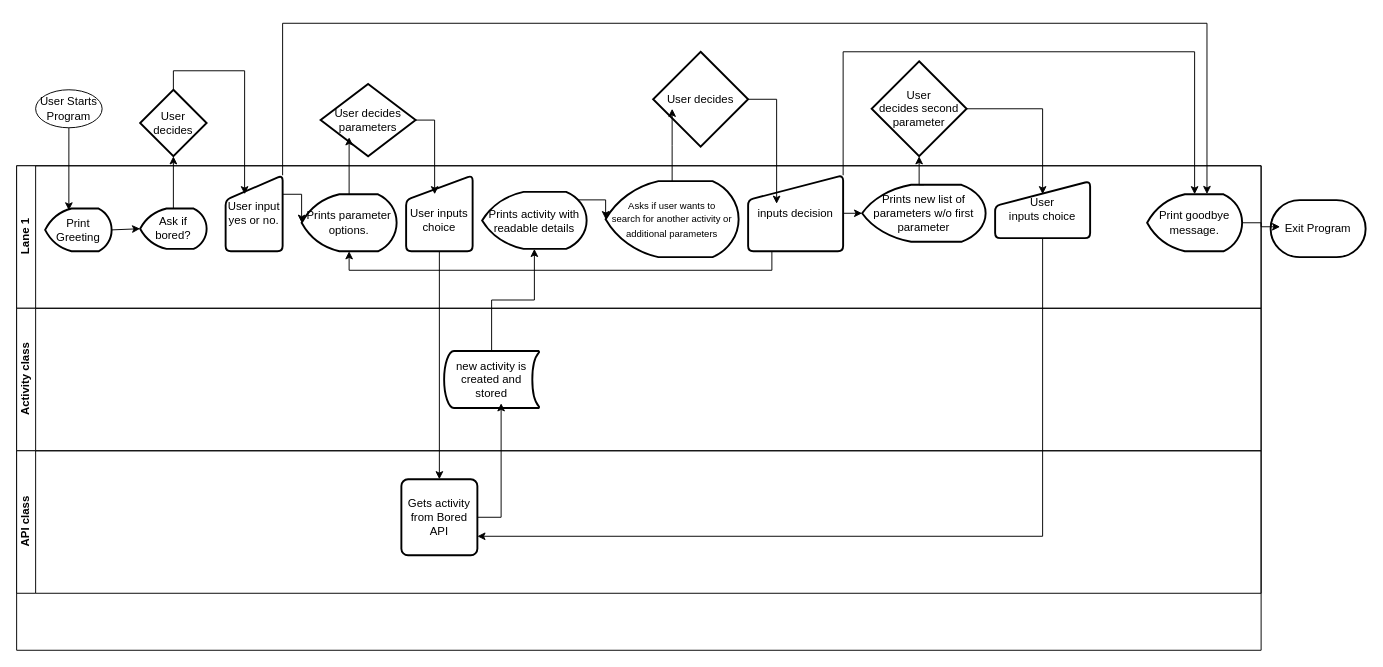
Earlier version of the draw.io diagram Untitled Diagram.drawio (ajkelso/CLI-Project). Source tidied: cells renumbered, new cells numbered last; positions are measured from the earlier drawing's top-left corner, leaving out a move shared by most shapes. Both pictures are drawn from the tidied source at 95%, with x=0, y=0 at pixel (16, 23).
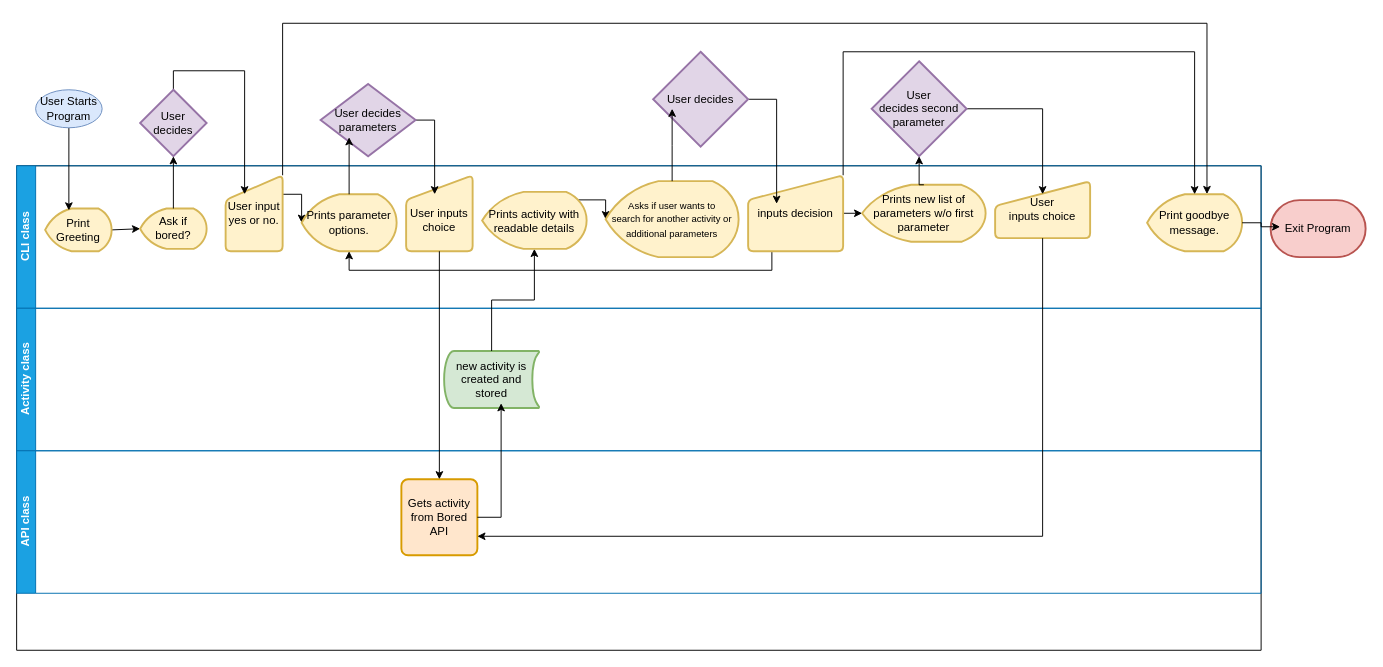
The same page after the edit.

Commit message:
CLI Project Color

The change refers to these unchanged cells:
```xml
<mxCell id="2" style="swimlane;html=1;horizontal=1;startSize=0;rounded=0;shadow=0;labelBackgroundColor=none;strokeWidth=1;fontFamily=Verdana;fontSize=8;align=center;" parent="1" vertex="1">
  <mxGeometry y="150" width="1310" height="510" as="geometry" />
</mxCell>
```

Diff of the diagram source:
```diff
@@
-    <mxCell id="3" value="Lane 1" style="swimlane;html=1;startSize=20;horizontal=0;" parent="2" vertex="1">
+    <mxCell id="3" value="CLI class" style="swimlane;html=1;startSize=20;horizontal=0;fillColor=#1ba1e2;strokeColor=#006EAF;fontColor=#ffffff;" parent="2" vertex="1">
       <mxGeometry width="1310" height="150" as="geometry" />
     </mxCell>
@@
-    <mxCell id="6" value="User &lt;br&gt;inputs choice" style="html=1;strokeWidth=2;shape=manualInput;whiteSpace=wrap;rounded=1;size=26;arcSize=11;" parent="3" vertex="1">
+    <mxCell id="6" value="User &lt;br&gt;inputs choice" style="html=1;strokeWidth=2;shape=manualInput;whiteSpace=wrap;rounded=1;size=26;arcSize=11;fillColor=#fff2cc;strokeColor=#d6b656;" parent="3" vertex="1">
       <mxGeometry x="1030" y="16.2" width="100" height="60" as="geometry" />
     </mxCell>
-    <mxCell id="7" value="User input yes or no." style="html=1;strokeWidth=2;shape=manualInput;whiteSpace=wrap;rounded=1;size=26;arcSize=11;" parent="3" vertex="1">
+    <mxCell id="7" value="User input yes or no." style="html=1;strokeWidth=2;shape=manualInput;whiteSpace=wrap;rounded=1;size=26;arcSize=11;fillColor=#fff2cc;strokeColor=#d6b656;" parent="3" vertex="1">
       <mxGeometry x="220" y="10" width="60" height="80" as="geometry" />
     </mxCell>
@@
-    <mxCell id="9" value="&lt;br&gt;User inputs choice" style="html=1;strokeWidth=2;shape=manualInput;whiteSpace=wrap;rounded=1;size=26;arcSize=11;" parent="3" vertex="1">
+    <mxCell id="9" value="&lt;br&gt;User inputs choice" style="html=1;strokeWidth=2;shape=manualInput;whiteSpace=wrap;rounded=1;size=26;arcSize=11;fillColor=#fff2cc;strokeColor=#d6b656;" parent="3" vertex="1">
       <mxGeometry x="410" y="10" width="70" height="80" as="geometry" />
     </mxCell>
@@
-    <mxCell id="11" value="Prints new list of parameters w/o first parameter" style="strokeWidth=2;html=1;shape=mxgraph.flowchart.display;whiteSpace=wrap;" parent="3" vertex="1">
+    <mxCell id="11" value="Prints new list of parameters w/o first parameter" style="strokeWidth=2;html=1;shape=mxgraph.flowchart.display;whiteSpace=wrap;fillColor=#fff2cc;strokeColor=#d6b656;" parent="3" vertex="1">
       <mxGeometry x="890" y="20" width="130" height="60" as="geometry" />
     </mxCell>
-    <mxCell id="12" value="Prints activity with readable details" style="strokeWidth=2;html=1;shape=mxgraph.flowchart.display;whiteSpace=wrap;" parent="3" vertex="1">
+    <mxCell id="12" value="Prints activity with readable details" style="strokeWidth=2;html=1;shape=mxgraph.flowchart.display;whiteSpace=wrap;fillColor=#fff2cc;strokeColor=#d6b656;" parent="3" vertex="1">
       <mxGeometry x="490" y="27.5" width="110" height="60" as="geometry" />
     </mxCell>
-    <mxCell id="13" value="&lt;font style=&quot;font-size: 10px&quot;&gt;Asks if user wants to &lt;br&gt;search for another activity or &lt;br&gt;additional parameters&lt;/font&gt;" style="strokeWidth=2;html=1;shape=mxgraph.flowchart.display;whiteSpace=wrap;" parent="3" vertex="1">
+    <mxCell id="13" value="&lt;font style=&quot;font-size: 10px&quot;&gt;Asks if user wants to &lt;br&gt;search for another activity or &lt;br&gt;additional parameters&lt;/font&gt;" style="strokeWidth=2;html=1;shape=mxgraph.flowchart.display;whiteSpace=wrap;fillColor=#fff2cc;strokeColor=#d6b656;" parent="3" vertex="1">
       <mxGeometry x="620" y="16.2" width="140" height="80" as="geometry" />
     </mxCell>
-    <mxCell id="14" value="Print goodbye message." style="strokeWidth=2;html=1;shape=mxgraph.flowchart.display;whiteSpace=wrap;" parent="3" vertex="1">
+    <mxCell id="14" value="Print goodbye message." style="strokeWidth=2;html=1;shape=mxgraph.flowchart.display;whiteSpace=wrap;fillColor=#fff2cc;strokeColor=#d6b656;" parent="3" vertex="1">
       <mxGeometry x="1190" y="30" width="100" height="60" as="geometry" />
     </mxCell>
-    <mxCell id="15" value="Print Greeting" style="strokeWidth=2;html=1;shape=mxgraph.flowchart.display;whiteSpace=wrap;" parent="3" vertex="1">
+    <mxCell id="15" value="Print Greeting" style="strokeWidth=2;html=1;shape=mxgraph.flowchart.display;whiteSpace=wrap;fillColor=#fff2cc;strokeColor=#d6b656;" parent="3" vertex="1">
       <mxGeometry x="30" y="45" width="70" height="45" as="geometry" />
     </mxCell>
-    <mxCell id="16" value="Ask if bored?" style="strokeWidth=2;html=1;shape=mxgraph.flowchart.display;whiteSpace=wrap;" parent="3" vertex="1">
+    <mxCell id="16" value="Ask if bored?" style="strokeWidth=2;html=1;shape=mxgraph.flowchart.display;whiteSpace=wrap;fillColor=#fff2cc;strokeColor=#d6b656;" parent="3" vertex="1">
       <mxGeometry x="130" y="45" width="70" height="42.5" as="geometry" />
     </mxCell>
-    <mxCell id="17" value="Prints parameter options." style="strokeWidth=2;html=1;shape=mxgraph.flowchart.display;whiteSpace=wrap;" parent="3" vertex="1">
+    <mxCell id="17" value="Prints parameter options." style="strokeWidth=2;html=1;shape=mxgraph.flowchart.display;whiteSpace=wrap;fillColor=#fff2cc;strokeColor=#d6b656;" parent="3" vertex="1">
       <mxGeometry x="300" y="30" width="100" height="60" as="geometry" />
     </mxCell>
@@
-    <mxCell id="21" value="inputs decision" style="html=1;strokeWidth=2;shape=manualInput;whiteSpace=wrap;rounded=1;size=26;arcSize=11;" parent="3" vertex="1">
+    <mxCell id="21" value="inputs decision" style="html=1;strokeWidth=2;shape=manualInput;whiteSpace=wrap;rounded=1;size=26;arcSize=11;fillColor=#fff2cc;strokeColor=#d6b656;" parent="3" vertex="1">
       <mxGeometry x="770" y="10" width="100" height="80" as="geometry" />
     </mxCell>
-    <mxCell id="22" value="Activity class" style="swimlane;html=1;startSize=20;horizontal=0;" parent="2" vertex="1">
+    <mxCell id="22" value="Activity class" style="swimlane;html=1;startSize=20;horizontal=0;fillColor=#1ba1e2;strokeColor=#006EAF;fontColor=#ffffff;" parent="2" vertex="1">
       <mxGeometry y="150" width="1310" height="150" as="geometry" />
     </mxCell>
-    <mxCell id="23" value="new activity is created and stored" style="strokeWidth=2;html=1;shape=mxgraph.flowchart.stored_data;whiteSpace=wrap;" parent="22" vertex="1">
+    <mxCell id="23" value="new activity is created and stored" style="strokeWidth=2;html=1;shape=mxgraph.flowchart.stored_data;whiteSpace=wrap;fillColor=#d5e8d4;strokeColor=#82b366;" parent="22" vertex="1">
       <mxGeometry x="450" y="45" width="100" height="60" as="geometry" />
     </mxCell>
-    <mxCell id="24" value="API class" style="swimlane;html=1;startSize=20;horizontal=0;" parent="2" vertex="1">
+    <mxCell id="24" value="API class" style="swimlane;html=1;startSize=20;horizontal=0;fillColor=#1ba1e2;strokeColor=#006EAF;fontColor=#ffffff;" parent="2" vertex="1">
       <mxGeometry y="300" width="1310" height="150" as="geometry" />
     </mxCell>
-    <mxCell id="25" value="Gets activity from Bored API" style="rounded=1;whiteSpace=wrap;html=1;absoluteArcSize=1;arcSize=14;strokeWidth=2;" parent="24" vertex="1">
+    <mxCell id="25" value="Gets activity from Bored API" style="rounded=1;whiteSpace=wrap;html=1;absoluteArcSize=1;arcSize=14;strokeWidth=2;fillColor=#ffe6cc;strokeColor=#d79b00;" parent="24" vertex="1">
       <mxGeometry x="405" y="30" width="80" height="80" as="geometry" />
     </mxCell>
@@
-    <mxCell id="31" value="User Starts&lt;br&gt;Program" style="ellipse;whiteSpace=wrap;html=1;" parent="1" vertex="1">
+    <mxCell id="31" value="User Starts&lt;br&gt;Program" style="ellipse;whiteSpace=wrap;html=1;fillColor=#dae8fc;strokeColor=#6c8ebf;" parent="1" vertex="1">
       <mxGeometry x="20" y="70" width="70" height="40" as="geometry" />
     </mxCell>
@@
-    <mxCell id="33" value="User decides" style="strokeWidth=2;html=1;shape=mxgraph.flowchart.decision;whiteSpace=wrap;" parent="1" vertex="1">
+    <mxCell id="33" value="User decides" style="strokeWidth=2;html=1;shape=mxgraph.flowchart.decision;whiteSpace=wrap;fillColor=#e1d5e7;strokeColor=#9673a6;" parent="1" vertex="1">
       <mxGeometry x="130" y="70" width="70" height="70" as="geometry" />
     </mxCell>
-    <mxCell id="34" value="Exit Program" style="strokeWidth=2;html=1;shape=mxgraph.flowchart.terminator;whiteSpace=wrap;" parent="1" vertex="1">
+    <mxCell id="34" value="Exit Program" style="strokeWidth=2;html=1;shape=mxgraph.flowchart.terminator;whiteSpace=wrap;fillColor=#f8cecc;strokeColor=#b85450;" parent="1" vertex="1">
       <mxGeometry x="1320" y="186.2" width="100" height="60" as="geometry" />
     </mxCell>
@@
-    <mxCell id="37" value="User decides parameters" style="strokeWidth=2;html=1;shape=mxgraph.flowchart.decision;whiteSpace=wrap;" parent="1" vertex="1">
+    <mxCell id="37" value="User decides parameters" style="strokeWidth=2;html=1;shape=mxgraph.flowchart.decision;whiteSpace=wrap;fillColor=#e1d5e7;strokeColor=#9673a6;" parent="1" vertex="1">
       <mxGeometry x="320" y="63.8" width="100" height="76.2" as="geometry" />
     </mxCell>
@@
-    <mxCell id="41" value="User decides" style="strokeWidth=2;html=1;shape=mxgraph.flowchart.decision;whiteSpace=wrap;" parent="1" vertex="1">
+    <mxCell id="41" value="User decides" style="strokeWidth=2;html=1;shape=mxgraph.flowchart.decision;whiteSpace=wrap;fillColor=#e1d5e7;strokeColor=#9673a6;" parent="1" vertex="1">
       <mxGeometry x="670" y="30" width="100" height="100" as="geometry" />
     </mxCell>
@@
-    <mxCell id="44" value="User &lt;br&gt;decides second parameter" style="strokeWidth=2;html=1;shape=mxgraph.flowchart.decision;whiteSpace=wrap;" parent="1" vertex="1">
+    <mxCell id="44" value="User &lt;br&gt;decides second parameter" style="strokeWidth=2;html=1;shape=mxgraph.flowchart.decision;whiteSpace=wrap;fillColor=#e1d5e7;strokeColor=#9673a6;" parent="1" vertex="1">
       <mxGeometry x="900" y="40" width="100" height="100" as="geometry" />
     </mxCell>
```
